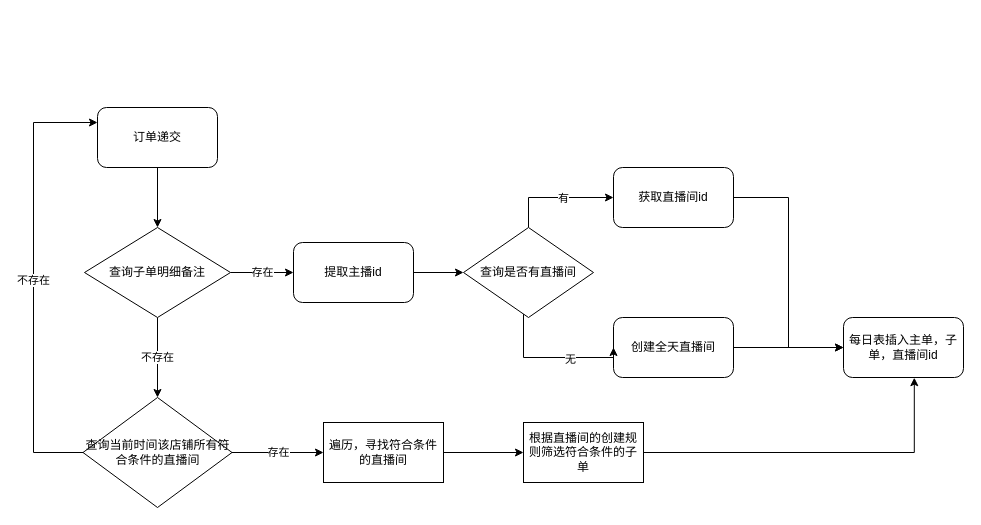
This is 直播绩效.drawio from letmesayok/MdPic, a draw.io file, before an edit. Source tidied: cells renumbered, new cells numbered last; positions are measured from the earlier drawing's top-left corner, leaving out a move shared by most shapes. Both pictures are drawn from the tidied source at 100%, with x=0, y=0 at pixel (33, 107).
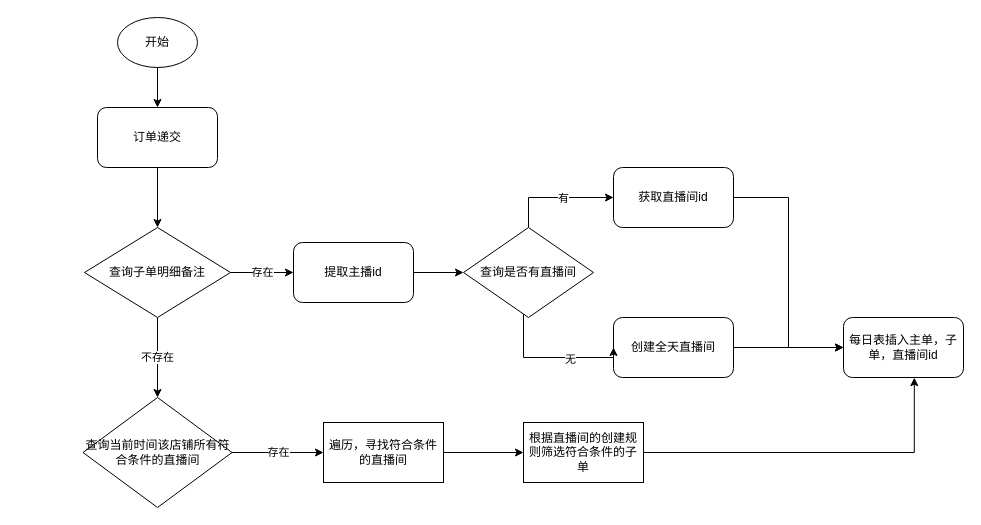
The same page after the edit.

Commit message (it also covers changes not shown here):
更新直播绩效.drawio

The change refers to these unchanged cells:
```xml
<mxCell id="3" value="订单递交" style="rounded=1;whiteSpace=wrap;html=1;" parent="1" vertex="1">
  <mxGeometry x="64" width="120" height="60" as="geometry" />
</mxCell>
<mxCell id="20" value="查询当前时间该店铺所有符合条件的直播间" style="rhombus;whiteSpace=wrap;html=1;" parent="1" vertex="1">
  <mxGeometry x="49.5" y="290" width="149" height="110" as="geometry" />
</mxCell>
```

Diff of the diagram source:
```diff
@@
-    <mxCell id="19" value="不存在" style="edgeStyle=orthogonalEdgeStyle;rounded=0;jettySize=auto;html=1;entryX=0;entryY=0.25;entryDx=0;entryDy=0;" parent="1" edge="1" source="20" target="3">
-      <mxGeometry relative="1" as="geometry">
-        <Array as="points">
-          <mxPoint y="345" />
-          <mxPoint y="15" />
-        </Array>
-      </mxGeometry>
-    </mxCell>
@@
+    <mxCell id="26" style="edgeStyle=orthogonalEdgeStyle;rounded=0;jettySize=auto;html=1;" parent="1" edge="1" source="27" target="3">
+      <mxGeometry relative="1" as="geometry" />
+    </mxCell>
+    <mxCell id="27" value="开始" style="ellipse;whiteSpace=wrap;html=1;" parent="1" vertex="1">
+      <mxGeometry x="84" y="-90" width="80" height="50" as="geometry" />
+    </mxCell>
```
